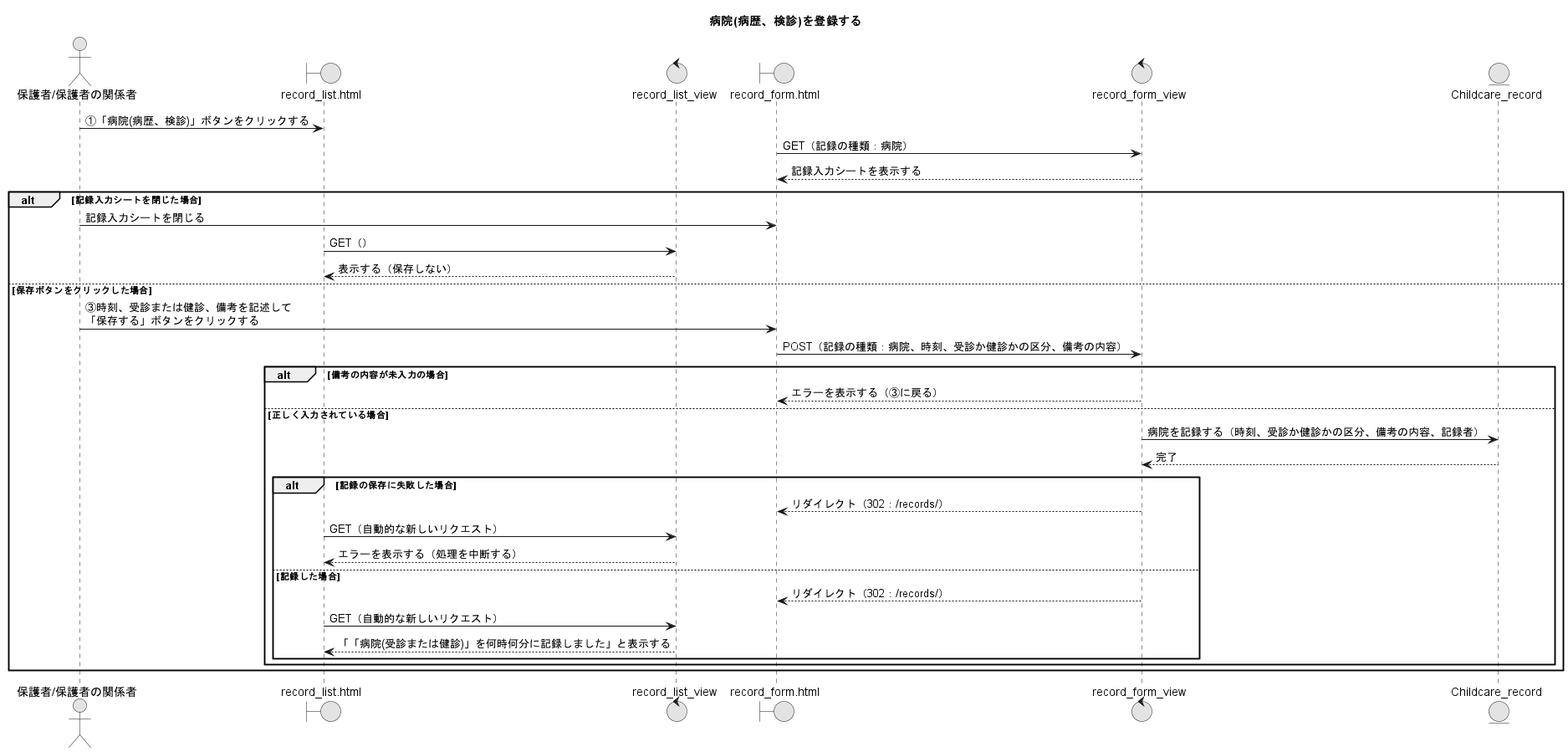
Earlier version of the PlantUML export PNG/29_病院(病歴、検診)を登録する.png (Ma2naga190330/26_sotugyou_puml).
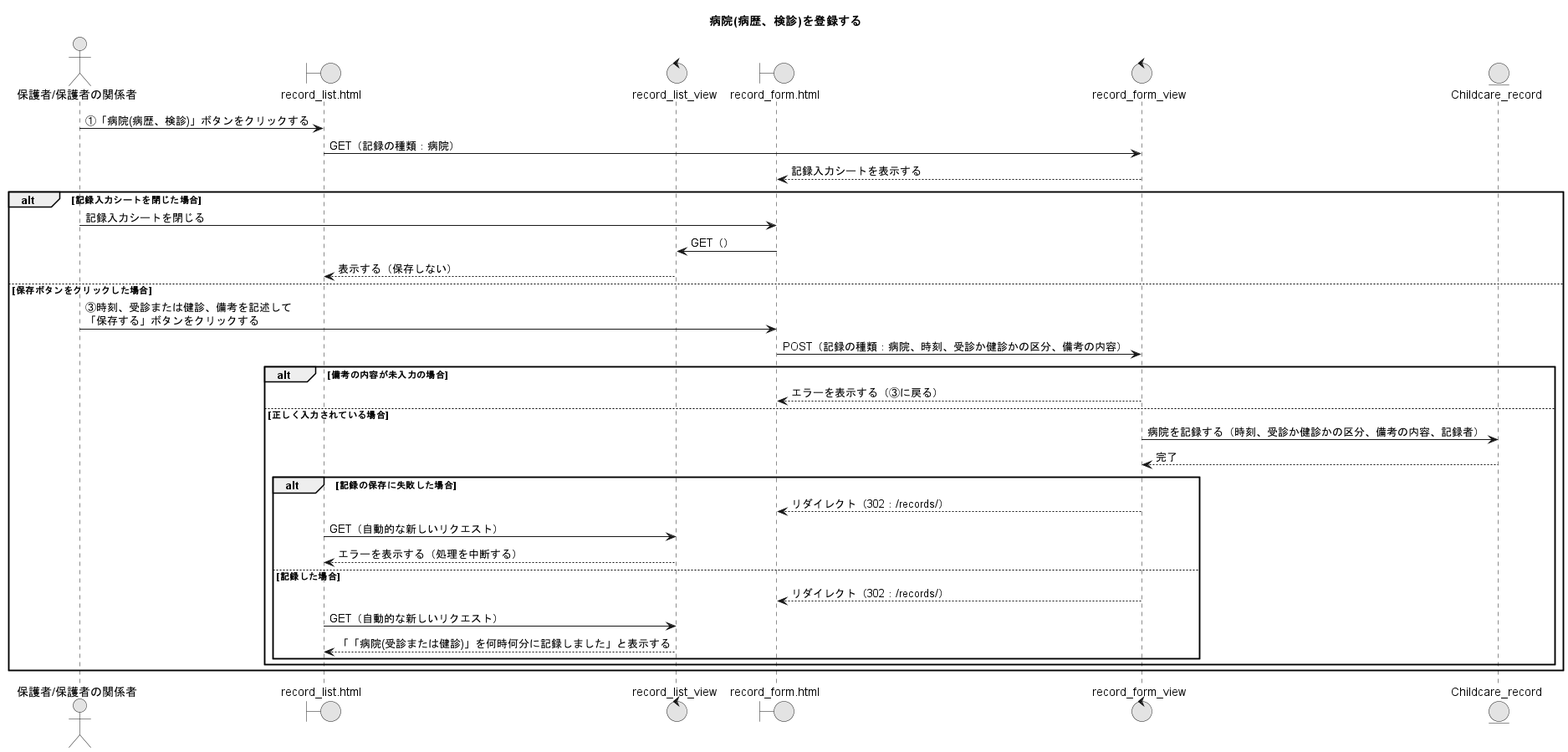
After the commit.

Diff of the diagram source:
```diff
@@ -11,12 +11,12 @@
 entity "Childcare_record" as CRM
 
 A -> RLP : ①「病院(病歴、検診)」ボタンをクリックする
-RFP -> RFV : GET（記録の種類：病院）
+RLP -> RFV : GET（記録の種類：病院）
 RFV --> RFP : 記録入力シートを表示する
 
 alt 記録入力シートを閉じた場合
   A -> RFP : 記録入力シートを閉じる
-  RLP -> RLV : GET（）
+  RFP -> RLV : GET（）
   RLV --> RLP : 表示する（保存しない）
 else 保存ボタンをクリックした場合
   A -> RFP : ③時刻、受診または健診、備考を記述して\n「保存する」ボタンをクリックする
```
